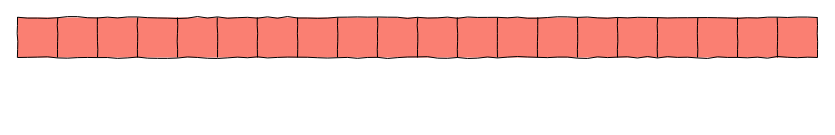
Above: cache_t.drawio in silan-liu/drawio (draw.io), before the change. Source tidied: cells renumbered, new cells numbered last; positions are measured from the earlier drawing's top-left corner, leaving out a move shared by most shapes. Both pictures are drawn from the tidied source at 100%, with x=0, y=0 at pixel (17, 17).
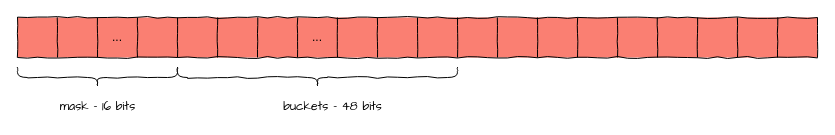
The same page after the edit.

The change refers to these unchanged cells:
```xml
<mxCell id="3" style="shape=partialRectangle;html=1;whiteSpace=wrap;fillColor=none;top=0;left=0;bottom=0;right=0;" parent="2" vertex="1">
  <mxGeometry width="800" height="40" as="geometry" />
</mxCell>
```

What changed in the source:
```diff
@@
-    <mxCell id="2" style="shape=table;html=1;whiteSpace=wrap;startSize=0;childLayout=tableLayout;fillColor=#FA7F72;comic=1;" parent="1" vertex="1">
+    <mxCell id="2" style="shape=table;html=1;whiteSpace=wrap;startSize=0;childLayout=tableLayout;fillColor=#FA7F72;comic=1;fontFamily=Architects Daughter;" parent="1" vertex="1">
       <mxGeometry width="800" height="40" as="geometry" />
     </mxCell>
@@
-    <mxCell id="6" style="shape=partialRectangle;html=1;whiteSpace=wrap;overflow=hidden;fillColor=none;top=0;left=0;bottom=0;right=0;" parent="3" vertex="1">
+    <mxCell id="6" value="..." style="shape=partialRectangle;html=1;whiteSpace=wrap;overflow=hidden;fillColor=none;top=0;left=0;bottom=0;right=0;" parent="3" vertex="1">
       <mxGeometry x="80" width="40" height="40" as="geometry" />
     </mxCell>
@@
-    <mxCell id="11" style="shape=partialRectangle;html=1;whiteSpace=wrap;overflow=hidden;fillColor=none;top=0;left=0;bottom=0;right=0;" parent="3" vertex="1">
+    <mxCell id="11" value="..." style="shape=partialRectangle;html=1;whiteSpace=wrap;overflow=hidden;fillColor=none;top=0;left=0;bottom=0;right=0;" parent="3" vertex="1">
       <mxGeometry x="280" width="40" height="40" as="geometry" />
     </mxCell>
@@
+    <mxCell id="24" style="shape=curlyBracket;whiteSpace=wrap;html=1;rounded=1;comic=1;fillColor=#FA7F72;direction=north;" parent="1" vertex="1">
+      <mxGeometry y="50" width="160" height="20" as="geometry" />
+    </mxCell>
+    <mxCell id="25" value="mask - 16 bits" style="text;html=1;align=center;verticalAlign=middle;fontFamily=Architects Daughter;" parent="1" vertex="1">
+      <mxGeometry x="35" y="80" width="90" height="20" as="geometry" />
+    </mxCell>
+    <mxCell id="26" style="shape=curlyBracket;whiteSpace=wrap;html=1;rounded=1;comic=1;fillColor=#FA7F72;direction=north;" parent="1" vertex="1">
+      <mxGeometry x="160" y="50" width="280" height="20" as="geometry" />
+    </mxCell>
+    <mxCell id="27" value="buckets - 48 bits" style="text;html=1;align=center;verticalAlign=middle;fontFamily=Architects Daughter;" parent="1" vertex="1">
+      <mxGeometry x="260" y="80" width="110" height="20" as="geometry" />
+    </mxCell>
```
